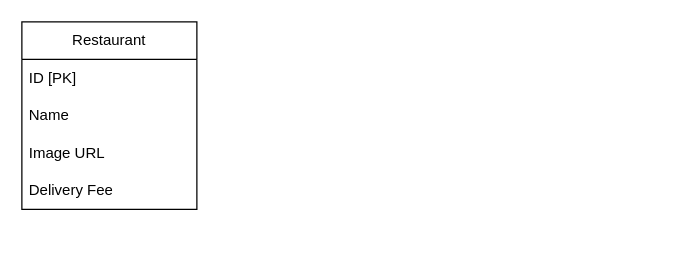
Dagostini01/fsw-foods keeps this draw.io diagram as app/Diagrama sem nome.drawio. Above is the earlier version. Source tidied: cells renumbered, new cells numbered last; positions are measured from the earlier drawing's top-left corner, leaving out a move shared by most shapes. Both pictures are drawn from the tidied source at 125%, with x=0, y=0 at pixel (21, 21).
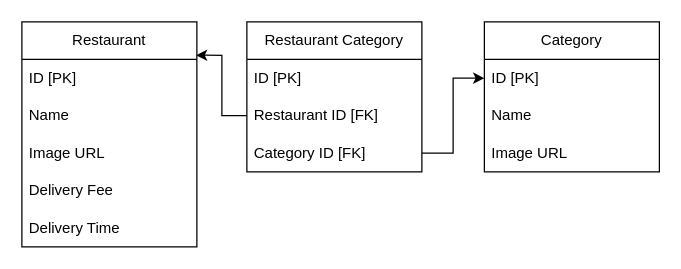
The same page after the edit.

Change to the diagram source:
```diff
@@
 <mxGraphModel>
   <root>
     <mxCell id="0" />
     <mxCell id="1" parent="0" />
     <mxCell id="2" value="Restaurant" style="swimlane;fontStyle=0;horizontal=1;startSize=30;whiteSpace=wrap;html=1;" parent="1" vertex="1">
-      <mxGeometry width="140" height="150" as="geometry" />
+      <mxGeometry width="140" height="180" as="geometry" />
     </mxCell>
     <mxCell id="3" value="ID [PK]" style="text;strokeColor=none;fillColor=none;align=left;verticalAlign=middle;spacingLeft=4;spacingRight=4;overflow=hidden;points=[[0,0.5],[1,0.5]];portConstraint=eastwest;whiteSpace=wrap;html=1;" parent="2" vertex="1">
       <mxGeometry y="30" width="140" height="30" as="geometry" />
     </mxCell>
     <mxCell id="4" value="Name" style="text;strokeColor=none;fillColor=none;align=left;verticalAlign=middle;spacingLeft=4;spacingRight=4;overflow=hidden;whiteSpace=wrap;html=1;" parent="2" vertex="1">
       <mxGeometry y="60" width="140" height="30" as="geometry" />
     </mxCell>
     <mxCell id="5" value="Image URL" style="text;strokeColor=none;fillColor=none;align=left;verticalAlign=middle;spacingLeft=4;spacingRight=4;overflow=hidden;whiteSpace=wrap;html=1;" parent="2" vertex="1">
       <mxGeometry y="90" width="140" height="30" as="geometry" />
     </mxCell>
     <mxCell id="6" value="Delivery Fee" style="text;strokeColor=none;fillColor=none;align=left;verticalAlign=middle;spacingLeft=4;spacingRight=4;overflow=hidden;whiteSpace=wrap;html=1;" parent="2" vertex="1">
       <mxGeometry y="120" width="140" height="30" as="geometry" />
     </mxCell>
+    <mxCell id="7" value="Delivery Time" style="text;strokeColor=none;fillColor=none;align=left;verticalAlign=middle;spacingLeft=4;spacingRight=4;overflow=hidden;whiteSpace=wrap;html=1;" parent="2" vertex="1">
+      <mxGeometry y="150" width="140" height="30" as="geometry" />
+    </mxCell>
+    <mxCell id="8" value="Restaurant Category" style="swimlane;fontStyle=0;horizontal=1;startSize=30;whiteSpace=wrap;html=1;" parent="1" vertex="1">
+      <mxGeometry x="180" width="140" height="120" as="geometry" />
+    </mxCell>
+    <mxCell id="9" value="ID [PK]" style="text;strokeColor=none;fillColor=none;align=left;verticalAlign=middle;spacingLeft=4;spacingRight=4;overflow=hidden;whiteSpace=wrap;html=1;" parent="8" vertex="1">
+      <mxGeometry y="30" width="140" height="30" as="geometry" />
+    </mxCell>
+    <mxCell id="10" value="Restaurant ID [FK]" style="text;strokeColor=none;fillColor=none;align=left;verticalAlign=middle;spacingLeft=4;spacingRight=4;overflow=hidden;points=[[0,0.5],[1,0.5]];portConstraint=eastwest;whiteSpace=wrap;html=1;" parent="8" vertex="1">
+      <mxGeometry y="60" width="140" height="30" as="geometry" />
+    </mxCell>
+    <mxCell id="11" value="Category ID [FK]" style="text;strokeColor=none;fillColor=none;align=left;verticalAlign=middle;spacingLeft=4;spacingRight=4;overflow=hidden;points=[[0,0.5],[1,0.5]];portConstraint=eastwest;whiteSpace=wrap;html=1;" parent="8" vertex="1">
+      <mxGeometry y="90" width="140" height="30" as="geometry" />
+    </mxCell>
+    <mxCell id="12" value="Category" style="swimlane;fontStyle=0;horizontal=1;startSize=30;whiteSpace=wrap;html=1;" parent="1" vertex="1">
+      <mxGeometry x="370" width="140" height="120" as="geometry" />
+    </mxCell>
+    <mxCell id="13" value="ID [PK]" style="text;strokeColor=none;fillColor=none;align=left;verticalAlign=middle;spacingLeft=4;spacingRight=4;overflow=hidden;points=[[0,0.5],[1,0.5]];portConstraint=eastwest;whiteSpace=wrap;html=1;" parent="12" vertex="1">
+      <mxGeometry y="30" width="140" height="30" as="geometry" />
+    </mxCell>
+    <mxCell id="14" value="Name" style="text;strokeColor=none;fillColor=none;align=left;verticalAlign=middle;spacingLeft=4;spacingRight=4;overflow=hidden;whiteSpace=wrap;html=1;" parent="12" vertex="1">
+      <mxGeometry y="60" width="140" height="30" as="geometry" />
+    </mxCell>
+    <mxCell id="15" value="Image URL" style="text;strokeColor=none;fillColor=none;align=left;verticalAlign=middle;spacingLeft=4;spacingRight=4;overflow=hidden;whiteSpace=wrap;html=1;" parent="12" vertex="1">
+      <mxGeometry y="90" width="140" height="30" as="geometry" />
+    </mxCell>
+    <mxCell id="16" style="edgeStyle=orthogonalEdgeStyle;rounded=0;jettySize=auto;html=1;exitX=1;exitY=0.5;exitDx=0;exitDy=0;entryX=0;entryY=0.5;entryDx=0;entryDy=0;" parent="1" edge="1" source="11" target="13">
+      <mxGeometry relative="1" as="geometry" />
+    </mxCell>
+    <mxCell id="17" style="edgeStyle=orthogonalEdgeStyle;rounded=0;jettySize=auto;html=1;entryX=0.995;entryY=-0.111;entryDx=0;entryDy=0;entryPerimeter=0;" parent="1" edge="1" source="10" target="3">
+      <mxGeometry relative="1" as="geometry" />
+    </mxCell>
   </root>
 </mxGraphModel>
```
